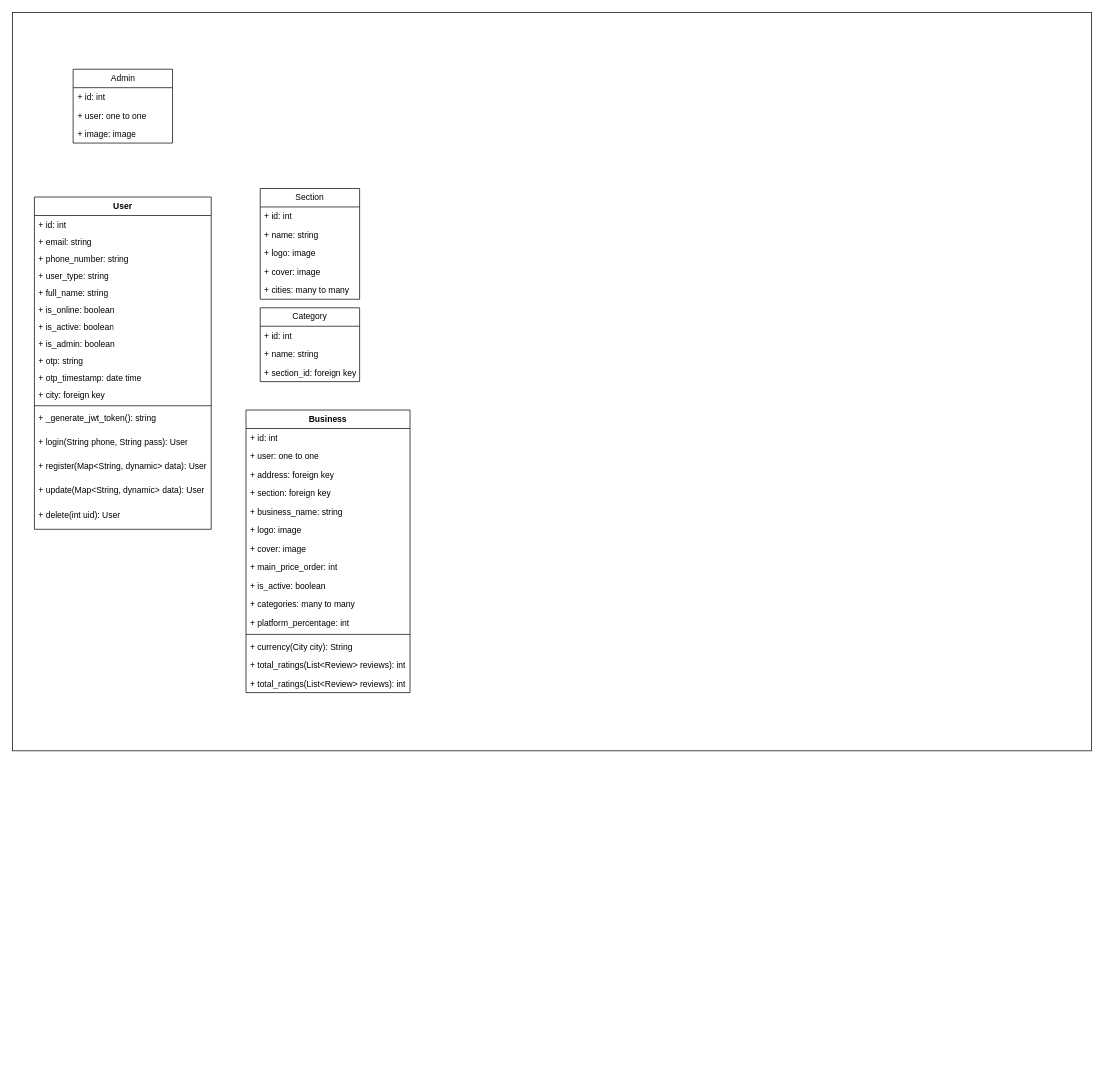
Above: Untitled Diagram.drawio in wasselak-com/research (draw.io), before the change. Source tidied: cells renumbered, new cells numbered last; positions are measured from the earlier drawing's top-left corner, leaving out a move shared by most shapes. Both pictures are drawn from the tidied source at 71%, with x=0, y=0 at pixel (12, 12).
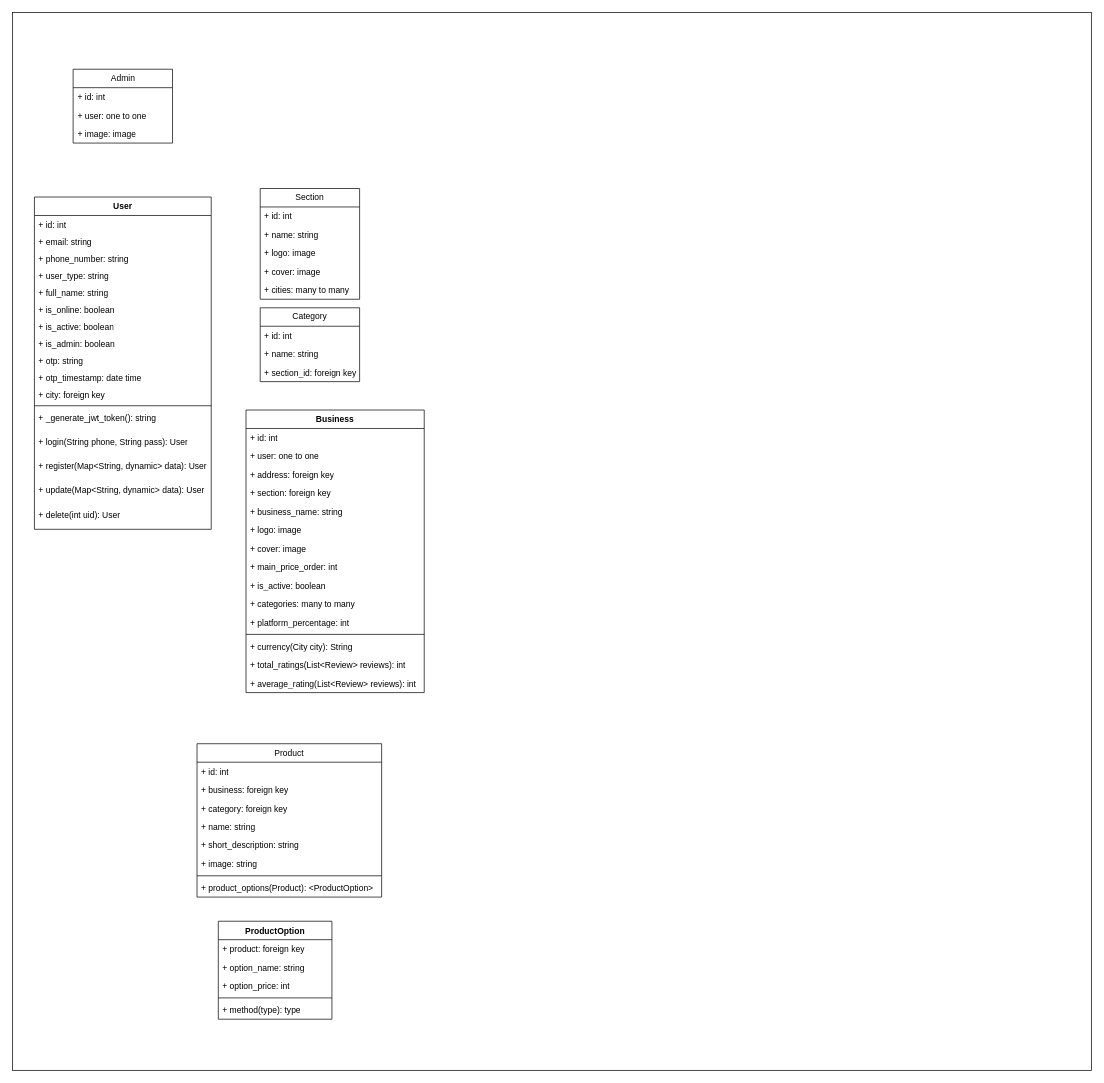
After the change.

Change to the diagram source:
```diff
@@
     <mxCell id="2" style="rounded=0;whiteSpace=wrap;html=1;" parent="1" vertex="1">
-      <mxGeometry width="1520" height="1040" as="geometry" />
+      <mxGeometry width="1520" height="1490" as="geometry" />
     </mxCell>
@@
     <mxCell id="35" value="Business" style="swimlane;fontStyle=1;align=center;verticalAlign=top;horizontal=1;startSize=26;whiteSpace=wrap;html=1;" parent="1" vertex="1">
-      <mxGeometry x="329" y="560" width="231" height="398" as="geometry" />
+      <mxGeometry x="329" y="560" width="251" height="398" as="geometry" />
     </mxCell>
     <mxCell id="36" value="+ id: int" style="text;strokeColor=none;fillColor=none;align=left;verticalAlign=top;spacingLeft=4;spacingRight=4;overflow=hidden;whiteSpace=wrap;html=1;" parent="35" vertex="1">
-      <mxGeometry y="26" width="231" height="26" as="geometry" />
+      <mxGeometry y="26" width="251" height="26" as="geometry" />
     </mxCell>
     <mxCell id="37" value="+ user: one to one" style="text;strokeColor=none;fillColor=none;align=left;verticalAlign=top;spacingLeft=4;spacingRight=4;overflow=hidden;whiteSpace=wrap;html=1;" parent="35" vertex="1">
-      <mxGeometry y="52" width="231" height="26" as="geometry" />
+      <mxGeometry y="52" width="251" height="26" as="geometry" />
     </mxCell>
     <mxCell id="38" value="+ address:&amp;nbsp;foreign key" style="text;strokeColor=none;fillColor=none;align=left;verticalAlign=top;spacingLeft=4;spacingRight=4;overflow=hidden;whiteSpace=wrap;html=1;" parent="35" vertex="1">
-      <mxGeometry y="78" width="231" height="26" as="geometry" />
+      <mxGeometry y="78" width="251" height="26" as="geometry" />
     </mxCell>
     <mxCell id="39" value="+ section: foreign key" style="text;strokeColor=none;fillColor=none;align=left;verticalAlign=top;spacingLeft=4;spacingRight=4;overflow=hidden;whiteSpace=wrap;html=1;" parent="35" vertex="1">
-      <mxGeometry y="104" width="231" height="26" as="geometry" />
+      <mxGeometry y="104" width="251" height="26" as="geometry" />
     </mxCell>
     <mxCell id="40" value="+ business_name: string" style="text;strokeColor=none;fillColor=none;align=left;verticalAlign=top;spacingLeft=4;spacingRight=4;overflow=hidden;whiteSpace=wrap;html=1;" parent="35" vertex="1">
-      <mxGeometry y="130" width="231" height="26" as="geometry" />
+      <mxGeometry y="130" width="251" height="26" as="geometry" />
     </mxCell>
     <mxCell id="41" value="+ logo: image" style="text;strokeColor=none;fillColor=none;align=left;verticalAlign=top;spacingLeft=4;spacingRight=4;overflow=hidden;whiteSpace=wrap;html=1;" parent="35" vertex="1">
-      <mxGeometry y="156" width="231" height="26" as="geometry" />
+      <mxGeometry y="156" width="251" height="26" as="geometry" />
     </mxCell>
     <mxCell id="42" value="+ cover: image" style="text;strokeColor=none;fillColor=none;align=left;verticalAlign=top;spacingLeft=4;spacingRight=4;overflow=hidden;whiteSpace=wrap;html=1;" parent="35" vertex="1">
-      <mxGeometry y="182" width="231" height="26" as="geometry" />
+      <mxGeometry y="182" width="251" height="26" as="geometry" />
     </mxCell>
     <mxCell id="43" value="+ main_price_order: int" style="text;strokeColor=none;fillColor=none;align=left;verticalAlign=top;spacingLeft=4;spacingRight=4;overflow=hidden;whiteSpace=wrap;html=1;" parent="35" vertex="1">
-      <mxGeometry y="208" width="231" height="26" as="geometry" />
+      <mxGeometry y="208" width="251" height="26" as="geometry" />
     </mxCell>
     <mxCell id="44" value="+ is_active: boolean" style="text;strokeColor=none;fillColor=none;align=left;verticalAlign=top;spacingLeft=4;spacingRight=4;overflow=hidden;whiteSpace=wrap;html=1;" parent="35" vertex="1">
-      <mxGeometry y="234" width="231" height="26" as="geometry" />
+      <mxGeometry y="234" width="251" height="26" as="geometry" />
     </mxCell>
     <mxCell id="45" value="+ categories: many to many" style="text;strokeColor=none;fillColor=none;align=left;verticalAlign=top;spacingLeft=4;spacingRight=4;overflow=hidden;whiteSpace=wrap;html=1;" parent="35" vertex="1">
-      <mxGeometry y="260" width="231" height="26" as="geometry" />
+      <mxGeometry y="260" width="251" height="26" as="geometry" />
     </mxCell>
     <mxCell id="46" value="+ platform_percentage: int" style="text;strokeColor=none;fillColor=none;align=left;verticalAlign=top;spacingLeft=4;spacingRight=4;overflow=hidden;whiteSpace=wrap;html=1;" parent="35" vertex="1">
-      <mxGeometry y="286" width="231" height="26" as="geometry" />
+      <mxGeometry y="286" width="251" height="26" as="geometry" />
     </mxCell>
     <mxCell id="47" style="line;strokeWidth=1;fillColor=none;align=left;verticalAlign=middle;spacingTop=-1;spacingLeft=3;spacingRight=3;labelPosition=right;strokeColor=inherit;" parent="35" vertex="1">
-      <mxGeometry y="312" width="231" height="8" as="geometry" />
+      <mxGeometry y="312" width="251" height="8" as="geometry" />
     </mxCell>
     <mxCell id="48" value="+ currency(City city): String" style="text;strokeColor=none;fillColor=none;align=left;verticalAlign=top;spacingLeft=4;spacingRight=4;overflow=hidden;whiteSpace=wrap;html=1;" parent="35" vertex="1">
-      <mxGeometry y="320" width="231" height="26" as="geometry" />
+      <mxGeometry y="320" width="251" height="26" as="geometry" />
     </mxCell>
     <mxCell id="49" value="+ total_ratings(List&amp;lt;Review&amp;gt; reviews): int" style="text;strokeColor=none;fillColor=none;align=left;verticalAlign=top;spacingLeft=4;spacingRight=4;overflow=hidden;whiteSpace=wrap;html=1;" parent="35" vertex="1">
-      <mxGeometry y="346" width="231" height="26" as="geometry" />
+      <mxGeometry y="346" width="251" height="26" as="geometry" />
     </mxCell>
-    <mxCell id="50" value="+ total_ratings(List&amp;lt;Review&amp;gt; reviews): int" style="text;strokeColor=none;fillColor=none;align=left;verticalAlign=top;spacingLeft=4;spacingRight=4;overflow=hidden;whiteSpace=wrap;html=1;" parent="35" vertex="1">
-      <mxGeometry y="372" width="231" height="26" as="geometry" />
+    <mxCell id="50" value="+ average_rating(List&amp;lt;Review&amp;gt; reviews): int" style="text;strokeColor=none;fillColor=none;align=left;verticalAlign=top;spacingLeft=4;spacingRight=4;overflow=hidden;whiteSpace=wrap;html=1;" parent="35" vertex="1">
+      <mxGeometry y="372" width="251" height="26" as="geometry" />
     </mxCell>
+    <mxCell id="51" value="&lt;span style=&quot;font-weight: 400; text-align: left;&quot;&gt;Product&lt;/span&gt;" style="swimlane;fontStyle=1;align=center;verticalAlign=top;horizontal=1;startSize=26;whiteSpace=wrap;html=1;" parent="1" vertex="1">
+      <mxGeometry x="260" y="1030" width="260" height="216" as="geometry" />
+    </mxCell>
+    <mxCell id="52" value="+ id: int" style="text;strokeColor=none;fillColor=none;align=left;verticalAlign=top;spacingLeft=4;spacingRight=4;overflow=hidden;whiteSpace=wrap;html=1;" parent="51" vertex="1">
+      <mxGeometry y="26" width="260" height="26" as="geometry" />
+    </mxCell>
+    <mxCell id="53" value="+ business: foreign key" style="text;strokeColor=none;fillColor=none;align=left;verticalAlign=top;spacingLeft=4;spacingRight=4;overflow=hidden;whiteSpace=wrap;html=1;" parent="51" vertex="1">
+      <mxGeometry y="52" width="260" height="26" as="geometry" />
+    </mxCell>
+    <mxCell id="54" value="+ category: foreign key" style="text;strokeColor=none;fillColor=none;align=left;verticalAlign=top;spacingLeft=4;spacingRight=4;overflow=hidden;whiteSpace=wrap;html=1;" parent="51" vertex="1">
+      <mxGeometry y="78" width="260" height="26" as="geometry" />
+    </mxCell>
+    <mxCell id="55" value="+ name: string" style="text;strokeColor=none;fillColor=none;align=left;verticalAlign=top;spacingLeft=4;spacingRight=4;overflow=hidden;whiteSpace=wrap;html=1;" parent="51" vertex="1">
+      <mxGeometry y="104" width="260" height="26" as="geometry" />
+    </mxCell>
+    <mxCell id="56" value="+ short_description: string" style="text;strokeColor=none;fillColor=none;align=left;verticalAlign=top;spacingLeft=4;spacingRight=4;overflow=hidden;whiteSpace=wrap;html=1;" parent="51" vertex="1">
+      <mxGeometry y="130" width="260" height="26" as="geometry" />
+    </mxCell>
+    <mxCell id="57" value="+ image: string" style="text;strokeColor=none;fillColor=none;align=left;verticalAlign=top;spacingLeft=4;spacingRight=4;overflow=hidden;whiteSpace=wrap;html=1;" parent="51" vertex="1">
+      <mxGeometry y="156" width="260" height="26" as="geometry" />
+    </mxCell>
+    <mxCell id="58" style="line;strokeWidth=1;fillColor=none;align=left;verticalAlign=middle;spacingTop=-1;spacingLeft=3;spacingRight=3;labelPosition=right;strokeColor=inherit;" parent="51" vertex="1">
+      <mxGeometry y="182" width="260" height="8" as="geometry" />
+    </mxCell>
+    <mxCell id="59" value="+ product_options(Product): &amp;lt;ProductOption&amp;gt;&amp;nbsp;" style="text;strokeColor=none;fillColor=none;align=left;verticalAlign=top;spacingLeft=4;spacingRight=4;overflow=hidden;whiteSpace=wrap;html=1;" parent="51" vertex="1">
+      <mxGeometry y="190" width="260" height="26" as="geometry" />
+    </mxCell>
+    <mxCell id="60" value="ProductOption" style="swimlane;fontStyle=1;align=center;verticalAlign=top;horizontal=1;startSize=26;whiteSpace=wrap;html=1;" parent="1" vertex="1">
+      <mxGeometry x="290" y="1280" width="160" height="138" as="geometry" />
+    </mxCell>
+    <mxCell id="61" value="+ product: foreign key" style="text;strokeColor=none;fillColor=none;align=left;verticalAlign=top;spacingLeft=4;spacingRight=4;overflow=hidden;whiteSpace=wrap;html=1;" parent="60" vertex="1">
+      <mxGeometry y="26" width="160" height="26" as="geometry" />
+    </mxCell>
+    <mxCell id="62" value="+ option_name: string" style="text;strokeColor=none;fillColor=none;align=left;verticalAlign=top;spacingLeft=4;spacingRight=4;overflow=hidden;whiteSpace=wrap;html=1;" parent="60" vertex="1">
+      <mxGeometry y="52" width="160" height="26" as="geometry" />
+    </mxCell>
+    <mxCell id="63" value="+ option_price: int" style="text;strokeColor=none;fillColor=none;align=left;verticalAlign=top;spacingLeft=4;spacingRight=4;overflow=hidden;whiteSpace=wrap;html=1;" parent="60" vertex="1">
+      <mxGeometry y="78" width="160" height="26" as="geometry" />
+    </mxCell>
+    <mxCell id="64" style="line;strokeWidth=1;fillColor=none;align=left;verticalAlign=middle;spacingTop=-1;spacingLeft=3;spacingRight=3;labelPosition=right;strokeColor=inherit;" parent="60" vertex="1">
+      <mxGeometry y="104" width="160" height="8" as="geometry" />
+    </mxCell>
+    <mxCell id="65" value="+ method(type): type" style="text;strokeColor=none;fillColor=none;align=left;verticalAlign=top;spacingLeft=4;spacingRight=4;overflow=hidden;whiteSpace=wrap;html=1;" parent="60" vertex="1">
+      <mxGeometry y="112" width="160" height="26" as="geometry" />
+    </mxCell>
```
